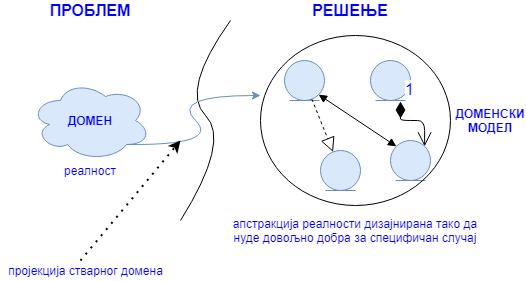
This is rad/slike/domen-model-projekcija.png from miki208/master-rad, a draw.io export, as it was before one commit. Source tidied: cells renumbered, new cells last; positions are measured from the earlier drawing's top-left corner, leaving out a move shared by most shapes. Its diagram source:
```xml
<mxGraphModel>
  <root>
    <mxCell id="0" />
    <mxCell id="1" parent="0" />
    <mxCell id="2" style="ellipse;shape=cloud;whiteSpace=wrap;html=1;fillColor=#dae8fc;strokeColor=#6c8ebf;" parent="1" vertex="1">
      <mxGeometry x="30" y="80" width="120" height="80" as="geometry" />
    </mxCell>
    <mxCell id="3" value="ДОМЕН" style="text;html=1;strokeColor=none;fillColor=none;align=center;verticalAlign=middle;whiteSpace=wrap;rounded=0;fontColor=#0000FF;fontStyle=1;" parent="1" vertex="1">
      <mxGeometry x="70" y="110" width="40" height="20" as="geometry" />
    </mxCell>
    <mxCell id="4" value="реалност" style="text;html=1;align=center;verticalAlign=middle;whiteSpace=wrap;rounded=0;fontColor=#0000FF;" parent="1" vertex="1">
      <mxGeometry x="70" y="160" width="40" height="20" as="geometry" />
    </mxCell>
    <mxCell id="5" value="&lt;b style=&quot;font-size: 16px;&quot;&gt;ПРОБЛЕМ&lt;/b&gt;" style="text;html=1;strokeColor=none;fillColor=none;align=center;verticalAlign=middle;whiteSpace=wrap;rounded=0;fontColor=#0000FF;fontSize=16;" parent="1" vertex="1">
      <mxGeometry x="70" width="40" height="20" as="geometry" />
    </mxCell>
    <mxCell id="6" style="curved=1;endArrow=none;html=1;fontSize=16;fontColor=#0000FF;endFill=0;" parent="1" edge="1">
      <mxGeometry relative="1" as="geometry">
        <mxPoint x="180" y="220" as="sourcePoint" />
        <mxPoint x="230" y="20" as="targetPoint" />
        <Array as="points">
          <mxPoint x="230" y="140" />
          <mxPoint x="180" y="90" />
        </Array>
      </mxGeometry>
    </mxCell>
    <mxCell id="7" value="&lt;b&gt;РЕШЕЊЕ&lt;/b&gt;" style="text;html=1;strokeColor=none;fillColor=none;align=center;verticalAlign=middle;whiteSpace=wrap;rounded=0;fontSize=16;fontColor=#0000FF;" parent="1" vertex="1">
      <mxGeometry x="330" width="40" height="20" as="geometry" />
    </mxCell>
    <mxCell id="8" style="ellipse;shape=umlEntity;whiteSpace=wrap;html=1;fontSize=16;fillColor=#dae8fc;strokeColor=#6c8ebf;" parent="1" vertex="1">
      <mxGeometry x="370" y="60" width="40" height="40" as="geometry" />
    </mxCell>
    <mxCell id="9" style="ellipse;shape=umlEntity;whiteSpace=wrap;html=1;fontSize=16;fillColor=#dae8fc;strokeColor=#6c8ebf;" parent="1" vertex="1">
      <mxGeometry x="390" y="140" width="40" height="40" as="geometry" />
    </mxCell>
    <mxCell id="10" style="ellipse;shape=umlEntity;whiteSpace=wrap;html=1;fontSize=16;fillColor=#dae8fc;strokeColor=#6c8ebf;" parent="1" vertex="1">
      <mxGeometry x="320" y="150" width="40" height="40" as="geometry" />
    </mxCell>
    <mxCell id="11" style="ellipse;shape=umlEntity;whiteSpace=wrap;html=1;fontSize=16;fillColor=#dae8fc;strokeColor=#6c8ebf;" parent="1" vertex="1">
      <mxGeometry x="284" y="60" width="40" height="40" as="geometry" />
    </mxCell>
    <mxCell id="12" style="endArrow=block;startArrow=block;endFill=1;startFill=1;html=1;fontSize=16;fontColor=#0000FF;exitX=1;exitY=1;exitDx=0;exitDy=0;entryX=0;entryY=0;entryDx=0;entryDy=0;" parent="1" edge="1" source="11" target="9">
      <mxGeometry relative="1" as="geometry" />
    </mxCell>
    <mxCell id="13" value="1" style="endArrow=open;html=1;endSize=12;startArrow=diamondThin;startSize=14;startFill=1;edgeStyle=orthogonalEdgeStyle;align=left;verticalAlign=bottom;fontSize=16;fontColor=#0000FF;exitX=0.75;exitY=1.025;exitDx=0;exitDy=0;exitPerimeter=0;entryX=1;entryY=0;entryDx=0;entryDy=0;" parent="1" edge="1" source="8" target="9">
      <mxGeometry x="-1" y="3" relative="1" as="geometry" />
    </mxCell>
    <mxCell id="14" style="endArrow=block;dashed=1;endFill=0;endSize=12;html=1;fontSize=16;fontColor=#0000FF;" parent="1" edge="1" source="11" target="10">
      <mxGeometry relative="1" as="geometry" />
    </mxCell>
    <mxCell id="15" style="ellipse;whiteSpace=wrap;html=1;fontSize=16;fontColor=#0000FF;fillColor=none;" parent="1" vertex="1">
      <mxGeometry x="260" y="35" width="190" height="170" as="geometry" />
    </mxCell>
    <mxCell id="16" style="curved=1;endArrow=classic;html=1;fontSize=16;fontColor=#0000FF;entryX=0;entryY=0.353;entryDx=0;entryDy=0;entryPerimeter=0;exitX=0.8;exitY=0.8;exitDx=0;exitDy=0;exitPerimeter=0;fillColor=#dae8fc;strokeColor=#6c8ebf;" parent="1" edge="1" source="2" target="15">
      <mxGeometry relative="1" as="geometry">
        <Array as="points">
          <mxPoint x="220" y="145" />
          <mxPoint x="170" y="95" />
        </Array>
      </mxGeometry>
    </mxCell>
    <mxCell id="17" value="апстракција реалности дизајнирана тако да нуде довољно добра за специфичан случај" style="text;html=1;strokeColor=none;fillColor=none;align=center;verticalAlign=middle;whiteSpace=wrap;rounded=0;fontSize=12;fontColor=#0000FF;" parent="1" vertex="1">
      <mxGeometry x="230" y="200" width="250" height="60" as="geometry" />
    </mxCell>
    <mxCell id="18" style="endArrow=classic;dashed=1;html=1;dashPattern=1 3;strokeWidth=2;fontSize=12;fontColor=#0000FF;endFill=1;" parent="1" edge="1">
      <mxGeometry relative="1" as="geometry">
        <mxPoint x="80" y="260" as="sourcePoint" />
        <mxPoint x="180" y="140" as="targetPoint" />
      </mxGeometry>
    </mxCell>
    <mxCell id="19" value="пројекција стварног домена" style="text;html=1;align=center;verticalAlign=middle;fontSize=12;fontColor=#0000FF;" parent="1" vertex="1">
      <mxGeometry y="260" width="170" height="20" as="geometry" />
    </mxCell>
    <mxCell id="20" value="&lt;b&gt;ДОМЕНСКИ&lt;br&gt;МОДЕЛ&lt;/b&gt;" style="text;html=1;strokeColor=none;fillColor=none;align=center;verticalAlign=middle;whiteSpace=wrap;rounded=0;fontSize=12;fontColor=#0000FF;" parent="1" vertex="1">
      <mxGeometry x="470" y="110" width="40" height="20" as="geometry" />
    </mxCell>
  </root>
</mxGraphModel>
```
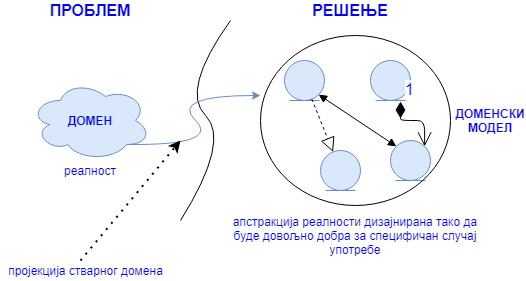
Later version of the same file.

What changed in the source:
```diff
@@ -59,8 +59,8 @@
         </Array>
       </mxGeometry>
     </mxCell>
-    <mxCell id="17" value="апстракција реалности дизајнирана тако да нуде довољно добра за специфичан случај" style="text;html=1;strokeColor=none;fillColor=none;align=center;verticalAlign=middle;whiteSpace=wrap;rounded=0;fontSize=12;fontColor=#0000FF;" parent="1" vertex="1">
-      <mxGeometry x="230" y="200" width="250" height="60" as="geometry" />
+    <mxCell id="17" value="апстракција реалности дизајнирана тако да буде довољно добра за специфичан случај употребе" style="text;html=1;strokeColor=none;fillColor=none;align=center;verticalAlign=middle;whiteSpace=wrap;rounded=0;fontSize=12;fontColor=#0000FF;" parent="1" vertex="1">
+      <mxGeometry x="230" y="200" width="250" height="70" as="geometry" />
     </mxCell>
     <mxCell id="18" style="endArrow=classic;dashed=1;html=1;dashPattern=1 3;strokeWidth=2;fontSize=12;fontColor=#0000FF;endFill=1;" parent="1" edge="1">
       <mxGeometry relative="1" as="geometry">
```
